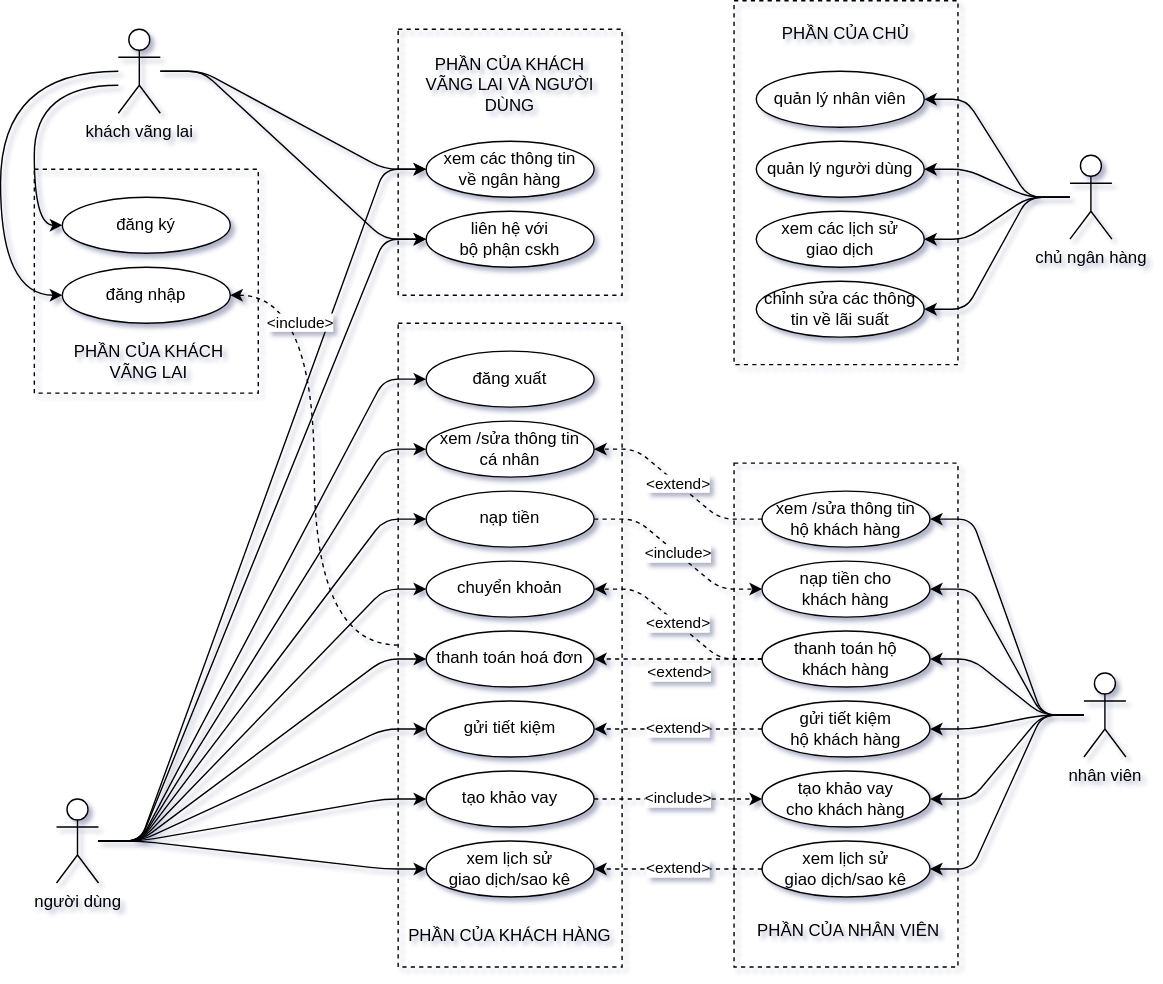
Earlier version of the draw.io export diagrams/use_case.svg (trandong2932002/cnpm). Source tidied: cells renumbered, new cells last; positions are measured from the earlier drawing's top-left corner, leaving out a move shared by most shapes.
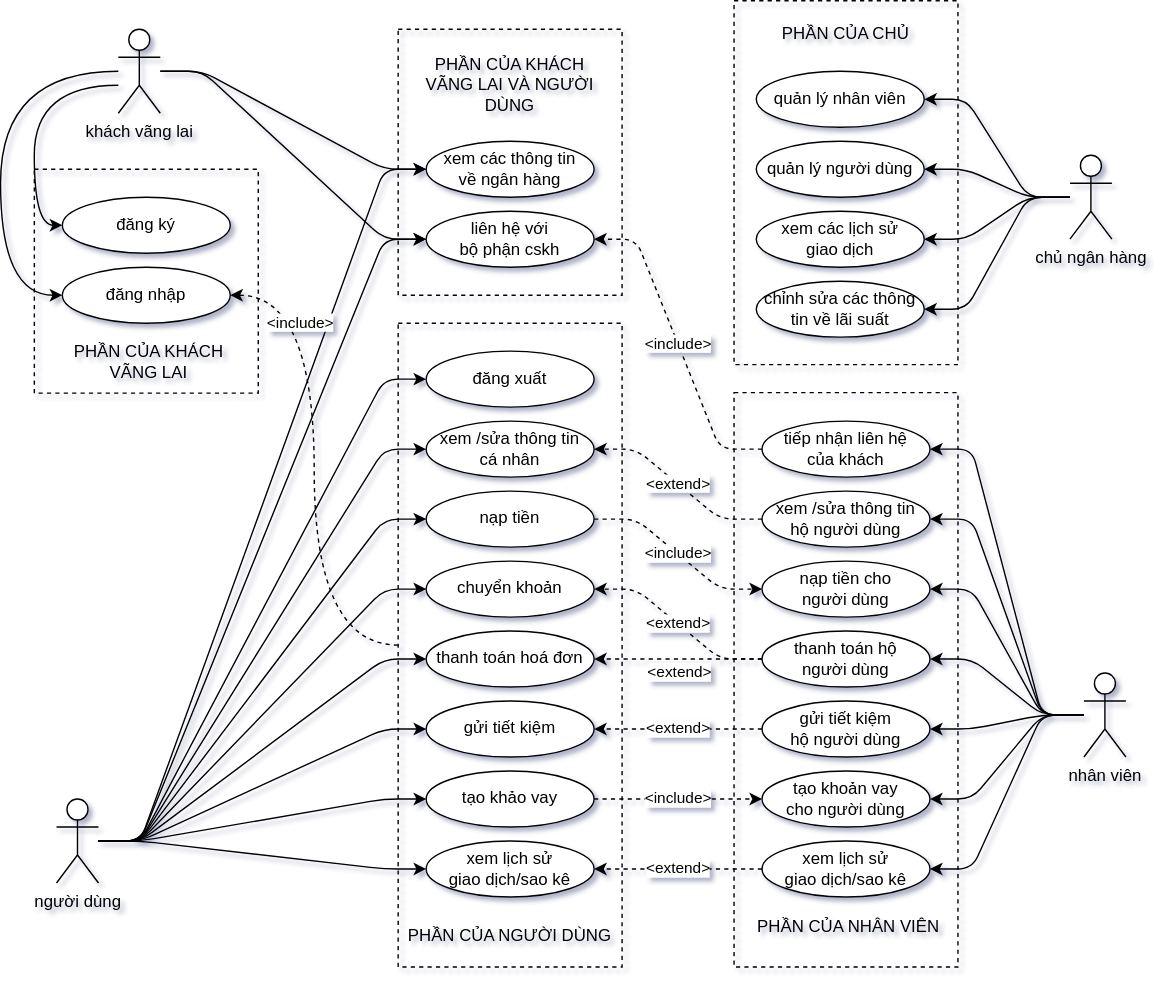
After the commit.

Commit message:
Sửa mô tả Use Case

What changed in the source:
```diff
@@ -8,7 +8,7 @@
     <mxCell id="3" style="rounded=0;whiteSpace=wrap;html=1;fillColor=none;dashed=1;" parent="2" vertex="1">
       <mxGeometry width="160" height="460" as="geometry" />
     </mxCell>
-    <mxCell id="4" value="PHẦN CỦA KHÁCH HÀNG" style="text;html=1;strokeColor=none;fillColor=none;align=center;verticalAlign=middle;whiteSpace=wrap;rounded=0;dashed=1;" parent="2" vertex="1">
+    <mxCell id="4" value="PHẦN CỦA NGƯỜI DÙNG" style="text;html=1;strokeColor=none;fillColor=none;align=center;verticalAlign=middle;whiteSpace=wrap;rounded=0;dashed=1;" parent="2" vertex="1">
       <mxGeometry x="5" y="423.9" width="150" height="27.1" as="geometry" />
     </mxCell>
     <mxCell id="5" style="group;" parent="1" vertex="1">
@@ -21,13 +21,13 @@
       <mxGeometry x="10" y="10" width="140" height="28.9" as="geometry" />
     </mxCell>
     <mxCell id="8" style="group;" parent="1" vertex="1">
-      <mxGeometry x="524" y="330.4" width="160" height="360" as="geometry" />
+      <mxGeometry x="524" y="280" width="160" height="410.4" as="geometry" />
     </mxCell>
     <mxCell id="9" style="rounded=0;whiteSpace=wrap;html=1;fillColor=none;dashed=1;" parent="8" vertex="1">
-      <mxGeometry width="160" height="360" as="geometry" />
+      <mxGeometry width="160" height="410.4" as="geometry" />
     </mxCell>
     <mxCell id="10" value="PHẦN CỦA NHÂN VIÊN" style="text;html=1;strokeColor=none;fillColor=none;align=center;verticalAlign=middle;whiteSpace=wrap;rounded=0;dashed=1;" parent="8" vertex="1">
-      <mxGeometry x="12.2" y="320" width="140" height="30" as="geometry" />
+      <mxGeometry x="12.2" y="364.8" width="140" height="34.2" as="geometry" />
     </mxCell>
     <mxCell id="11" style="edgeStyle=entityRelationEdgeStyle;html=1;" parent="1" edge="1" source="15" target="72">
       <mxGeometry relative="1" as="geometry" />
@@ -123,6 +123,9 @@
     <mxCell id="38" style="edgeStyle=entityRelationEdgeStyle;html=1;entryX=1;entryY=0.5;entryDx=0;entryDy=0;" parent="1" edge="1" source="39" target="53">
       <mxGeometry relative="1" as="geometry" />
     </mxCell>
+    <mxCell id="75" style="edgeStyle=entityRelationEdgeStyle;html=1;" parent="1" edge="1" source="39" target="77">
+      <mxGeometry relative="1" as="geometry" />
+    </mxCell>
     <mxCell id="39" value="nhân viên" style="shape=umlActor;verticalLabelPosition=bottom;verticalAlign=top;html=1;outlineConnect=0;" parent="1" vertex="1">
       <mxGeometry x="774" y="480.4" width="30" height="60" as="geometry" />
     </mxCell>
@@ -138,10 +141,10 @@
     <mxCell id="43" value="&amp;lt;extend&amp;gt;" style="edgeStyle=entityRelationEdgeStyle;html=1;dashed=1;" parent="1" edge="1" source="44" target="32">
       <mxGeometry relative="1" as="geometry" />
     </mxCell>
-    <mxCell id="44" value="xem /sửa thông tin&lt;br&gt;hộ khách hàng" style="ellipse;whiteSpace=wrap;html=1;" parent="1" vertex="1">
+    <mxCell id="44" value="xem /sửa thông tin&lt;br&gt;hộ người dùng" style="ellipse;whiteSpace=wrap;html=1;" parent="1" vertex="1">
       <mxGeometry x="544" y="350.4" width="120" height="40" as="geometry" />
     </mxCell>
-    <mxCell id="45" value="nạp tiền cho&lt;br&gt;khách hàng" style="ellipse;whiteSpace=wrap;html=1;" parent="1" vertex="1">
+    <mxCell id="45" value="nạp tiền cho&lt;br&gt;người dùng" style="ellipse;whiteSpace=wrap;html=1;" parent="1" vertex="1">
       <mxGeometry x="544" y="400.4" width="120" height="40" as="geometry" />
     </mxCell>
     <mxCell id="46" value="&amp;lt;extend&amp;gt;" style="edgeStyle=entityRelationEdgeStyle;html=1;entryX=1;entryY=0.5;entryDx=0;entryDy=0;dashed=1;" parent="1" edge="1" source="48" target="29">
@@ -150,16 +153,16 @@
     <mxCell id="47" value="&amp;lt;extend&amp;gt;" style="edgeStyle=entityRelationEdgeStyle;html=1;entryX=1;entryY=0.5;entryDx=0;entryDy=0;dashed=1;" parent="1" edge="1" source="48" target="30">
       <mxGeometry x="-0.02" y="10" relative="1" as="geometry" />
     </mxCell>
-    <mxCell id="48" value="thanh toán hộ&lt;br&gt;khách hàng" style="ellipse;whiteSpace=wrap;html=1;" parent="1" vertex="1">
+    <mxCell id="48" value="thanh toán hộ&lt;br&gt;người dùng" style="ellipse;whiteSpace=wrap;html=1;" parent="1" vertex="1">
       <mxGeometry x="544" y="450.4" width="120" height="40" as="geometry" />
     </mxCell>
     <mxCell id="49" value="&amp;lt;extend&amp;gt;" style="edgeStyle=entityRelationEdgeStyle;html=1;entryX=1;entryY=0.5;entryDx=0;entryDy=0;dashed=1;" parent="1" edge="1" source="50" target="31">
       <mxGeometry relative="1" as="geometry" />
     </mxCell>
-    <mxCell id="50" value="gửi tiết kiệm&lt;br&gt;hộ khách hàng" style="ellipse;whiteSpace=wrap;html=1;" parent="1" vertex="1">
+    <mxCell id="50" value="gửi tiết kiệm&lt;br&gt;hộ người dùng" style="ellipse;whiteSpace=wrap;html=1;" parent="1" vertex="1">
       <mxGeometry x="544" y="500.4" width="120" height="40" as="geometry" />
     </mxCell>
-    <mxCell id="51" value="tạo khảo vay&lt;br&gt;cho khách hàng" style="ellipse;whiteSpace=wrap;html=1;" parent="1" vertex="1">
+    <mxCell id="51" value="tạo khoản vay&lt;br&gt;cho người dùng" style="ellipse;whiteSpace=wrap;html=1;" parent="1" vertex="1">
       <mxGeometry x="544" y="550.4" width="120" height="40" as="geometry" />
     </mxCell>
     <mxCell id="52" value="&amp;lt;extend&amp;gt;" style="edgeStyle=none;html=1;dashed=1;" parent="1" edge="1" source="53" target="42">
@@ -228,8 +231,14 @@
     <mxCell id="73" value="đăng xuất" style="ellipse;whiteSpace=wrap;html=1;" parent="1" vertex="1">
       <mxGeometry x="304" y="250.4" width="120" height="40" as="geometry" />
     </mxCell>
-    <mxCell id="74" value="&amp;lt;include&amp;gt;" style="edgeStyle=orthogonalEdgeStyle;curved=1;html=1;dashed=1;" parent="1" edge="1" source="3" target="70">
+    <mxCell id="74" value="&amp;lt;include&amp;gt;" style="edgeStyle=orthogonalEdgeStyle;curved=1;html=1;dashed=1;shadow=0;" parent="1" edge="1" source="3" target="70">
       <mxGeometry x="0.57" y="10" relative="1" as="geometry" />
     </mxCell>
+    <mxCell id="76" value="&amp;lt;include&amp;gt;" style="edgeStyle=entityRelationEdgeStyle;html=1;dashed=1;" parent="1" edge="1" source="77" target="71">
+      <mxGeometry relative="1" as="geometry" />
+    </mxCell>
+    <mxCell id="77" value="tiếp nhận liên hệ&lt;br&gt;của khách" style="ellipse;whiteSpace=wrap;html=1;" parent="1" vertex="1">
+      <mxGeometry x="544" y="300.4" width="120" height="40" as="geometry" />
+    </mxCell>
   </root>
 </mxGraphModel>
```
